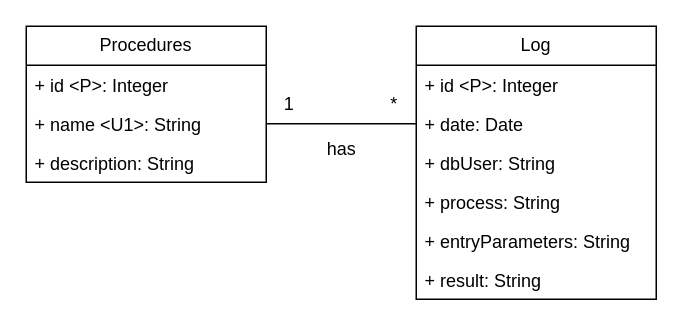
The draw.io diagram diagrams/conceptual-diagram-log.drawio in danielpilot/event-database, before the edit. Source tidied: cells renumbered, new cells numbered last; positions are measured from the earlier drawing's top-left corner, leaving out a move shared by most shapes. Both pictures are drawn from the tidied source at 150%, with x=0, y=0 at pixel (26, 26).
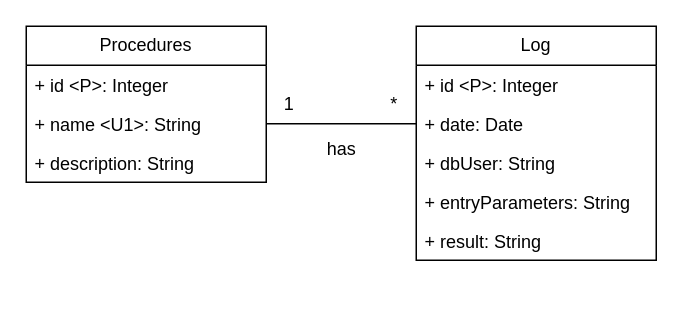
After the change.

Commit message:
Delete process string and replace it with relation

What changed in the source:
```diff
@@
 <mxGraphModel>
   <root>
     <mxCell id="0" />
     <mxCell id="1" parent="0" />
     <mxCell id="2" value="Log" style="swimlane;fontStyle=0;horizontal=1;startSize=26;fillColor=none;whiteSpace=wrap;html=1;" parent="1" vertex="1">
-      <mxGeometry x="260" width="160" height="182" as="geometry" />
+      <mxGeometry x="260" width="160" height="156" as="geometry" />
     </mxCell>
     <mxCell id="3" value="+ id &amp;lt;P&amp;gt;: Integer" style="text;strokeColor=none;fillColor=none;align=left;verticalAlign=top;spacingLeft=4;spacingRight=4;overflow=hidden;whiteSpace=wrap;html=1;" parent="2" vertex="1">
       <mxGeometry y="26" width="160" height="26" as="geometry" />
     </mxCell>
     <mxCell id="4" value="+ date: Date" style="text;strokeColor=none;fillColor=none;align=left;verticalAlign=top;spacingLeft=4;spacingRight=4;overflow=hidden;points=[[0,0.5],[1,0.5]];portConstraint=eastwest;whiteSpace=wrap;html=1;" parent="2" vertex="1">
       <mxGeometry y="52" width="160" height="26" as="geometry" />
     </mxCell>
     <mxCell id="5" value="+ dbUser: String" style="text;strokeColor=none;fillColor=none;align=left;verticalAlign=top;spacingLeft=4;spacingRight=4;overflow=hidden;whiteSpace=wrap;html=1;" parent="2" vertex="1">
       <mxGeometry y="78" width="160" height="26" as="geometry" />
     </mxCell>
-    <mxCell id="6" value="+ process: String" style="text;strokeColor=none;fillColor=none;align=left;verticalAlign=top;spacingLeft=4;spacingRight=4;overflow=hidden;whiteSpace=wrap;html=1;" parent="2" vertex="1">
-      <mxGeometry y="104" width="160" height="26" as="geometry" />
-    </mxCell>
     <mxCell id="7" value="+ entryParameters: String" style="text;strokeColor=none;fillColor=none;align=left;verticalAlign=top;spacingLeft=4;spacingRight=4;overflow=hidden;whiteSpace=wrap;html=1;" parent="2" vertex="1">
-      <mxGeometry y="130" width="160" height="26" as="geometry" />
+      <mxGeometry y="104" width="160" height="26" as="geometry" />
     </mxCell>
     <mxCell id="8" value="+ result: String" style="text;strokeColor=none;fillColor=none;align=left;verticalAlign=top;spacingLeft=4;spacingRight=4;overflow=hidden;whiteSpace=wrap;html=1;" parent="2" vertex="1">
-      <mxGeometry y="156" width="160" height="26" as="geometry" />
+      <mxGeometry y="130" width="160" height="26" as="geometry" />
     </mxCell>
     <mxCell id="9" value="Procedures" style="swimlane;fontStyle=0;horizontal=1;startSize=26;fillColor=none;whiteSpace=wrap;html=1;" parent="1" vertex="1">
       <mxGeometry width="160" height="104" as="geometry" />
     </mxCell>
     <mxCell id="10" value="+ id &amp;lt;P&amp;gt;: Integer" style="text;strokeColor=none;fillColor=none;align=left;verticalAlign=top;spacingLeft=4;spacingRight=4;overflow=hidden;whiteSpace=wrap;html=1;" parent="9" vertex="1">
       <mxGeometry y="26" width="160" height="26" as="geometry" />
     </mxCell>
     <mxCell id="11" value="+ name &amp;lt;U1&amp;gt;: String" style="text;strokeColor=none;fillColor=none;align=left;verticalAlign=top;spacingLeft=4;spacingRight=4;overflow=hidden;points=[[0,0.5],[1,0.5]];portConstraint=eastwest;whiteSpace=wrap;html=1;" parent="9" vertex="1">
       <mxGeometry y="52" width="160" height="26" as="geometry" />
     </mxCell>
     <mxCell id="12" value="+ description: String" style="text;strokeColor=none;fillColor=none;align=left;verticalAlign=top;spacingLeft=4;spacingRight=4;overflow=hidden;whiteSpace=wrap;html=1;" parent="9" vertex="1">
       <mxGeometry y="78" width="160" height="26" as="geometry" />
     </mxCell>
     <mxCell id="13" style="endArrow=none;html=1;rounded=0;entryX=0;entryY=0.5;entryDx=0;entryDy=0;exitX=1;exitY=0.5;exitDx=0;exitDy=0;" parent="1" edge="1" source="11" target="4">
       <mxGeometry relative="1" as="geometry" />
     </mxCell>
     <mxCell id="14" value="1" style="text;html=1;align=center;verticalAlign=middle;strokeColor=none;fillColor=none;" parent="1" vertex="1">
       <mxGeometry x="160" y="37" width="30" height="30" as="geometry" />
     </mxCell>
     <mxCell id="15" value="*" style="text;html=1;align=center;verticalAlign=middle;strokeColor=none;fillColor=none;" parent="1" vertex="1">
       <mxGeometry x="230" y="37" width="30" height="30" as="geometry" />
     </mxCell>
     <mxCell id="16" value="has" style="text;html=1;align=center;verticalAlign=middle;strokeColor=none;fillColor=none;" parent="1" vertex="1">
       <mxGeometry x="190" y="67" width="40" height="30" as="geometry" />
     </mxCell>
   </root>
 </mxGraphModel>
```
